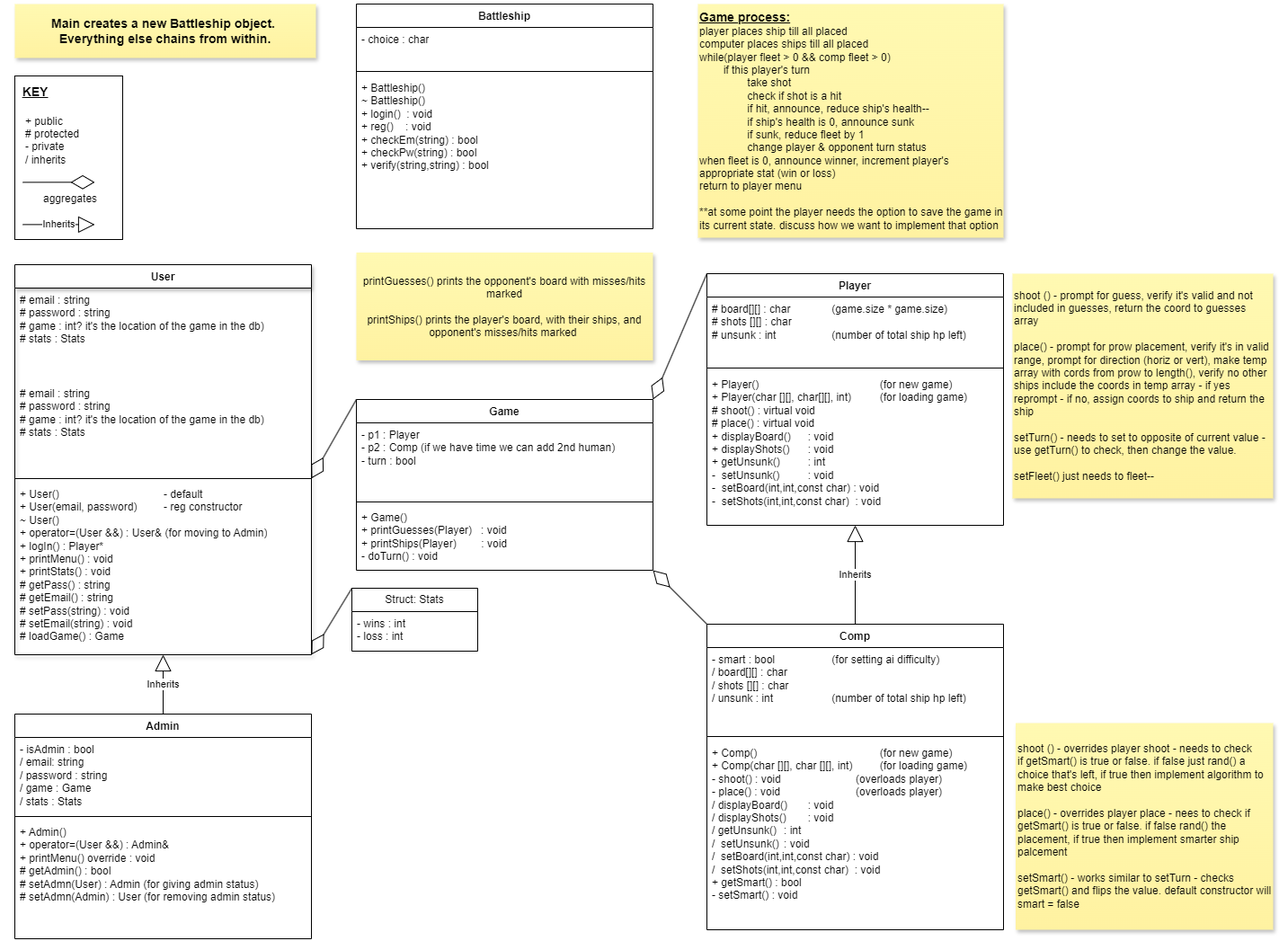
Before: BattleshipClasses.drawio.png, a diagram exported from draw.io (StephaniePeacock/Battleship). Source tidied: cells renumbered, new cells last; positions are measured from the earlier drawing's top-left corner, leaving out a move shared by most shapes.
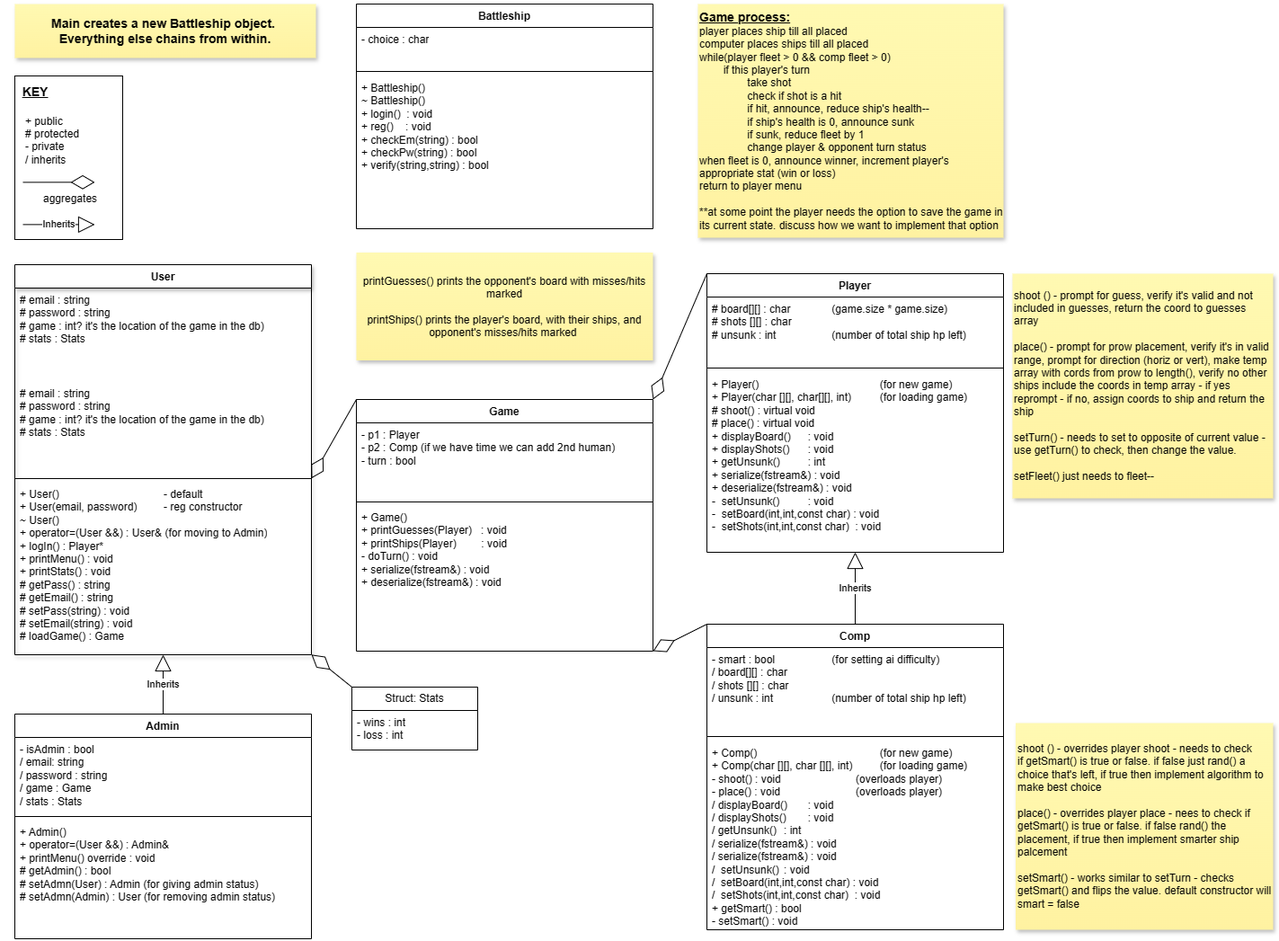
Above is the later version.

Change to the diagram source:
```diff
@@ -18,7 +18,7 @@
       <mxGeometry y="242" width="330" height="192" as="geometry" />
     </mxCell>
     <mxCell id="7" value="Player" style="swimlane;fontStyle=1;align=center;verticalAlign=top;horizontal=1;startSize=26;whiteSpace=wrap;html=1;" parent="1" vertex="1">
-      <mxGeometry x="770" y="300" width="330" height="280" as="geometry" />
+      <mxGeometry x="770" y="300" width="330" height="310" as="geometry" />
     </mxCell>
     <mxCell id="8" value="# board[][] : char&amp;nbsp; &amp;nbsp;&lt;span style=&quot;white-space: pre;&quot;&gt;&#9;&lt;/span&gt;&lt;span style=&quot;white-space: pre;&quot;&gt;&#9;&lt;/span&gt;(game.size * game.size)&lt;div&gt;# shots [][] : char&lt;/div&gt;&lt;div&gt;# unsunk : int&amp;nbsp; &lt;span style=&quot;white-space: pre;&quot;&gt;&#9;&lt;/span&gt;&lt;span style=&quot;white-space: pre;&quot;&gt;&#9;&lt;span style=&quot;white-space: pre;&quot;&gt;&#9;&lt;/span&gt;&lt;/span&gt;(number of total ship hp left)&lt;/div&gt;" style="text;strokeColor=none;fillColor=none;align=left;verticalAlign=top;spacingLeft=4;spacingRight=4;overflow=hidden;whiteSpace=wrap;html=1;" parent="7" vertex="1">
       <mxGeometry y="26" width="330" height="74" as="geometry" />
@@ -26,8 +26,8 @@
     <mxCell id="9" style="line;strokeWidth=1;fillColor=none;align=left;verticalAlign=middle;spacingTop=-1;spacingLeft=3;spacingRight=3;labelPosition=right;strokeColor=inherit;" parent="7" vertex="1">
       <mxGeometry y="100" width="330" height="10" as="geometry" />
     </mxCell>
-    <mxCell id="10" value="+ Player() &lt;span style=&quot;white-space: pre;&quot;&gt;&#9;&lt;/span&gt;&lt;span style=&quot;white-space: pre;&quot;&gt;&#9;&lt;/span&gt;&lt;span style=&quot;white-space: pre;&quot;&gt;&#9;&lt;/span&gt;&lt;span style=&quot;white-space: pre;&quot;&gt;&#9;&lt;/span&gt;&lt;span style=&quot;white-space: pre;&quot;&gt;&#9;&lt;/span&gt;(for new game)&lt;div&gt;+ Player(char [][], char[][], int) &lt;span style=&quot;white-space: pre;&quot;&gt;&#9;&lt;/span&gt;(for loading game)&lt;/div&gt;&lt;div&gt;# shoot() : virtual void&lt;span style=&quot;white-space: pre;&quot;&gt;&#9;&lt;/span&gt;&lt;span style=&quot;white-space: pre;&quot;&gt;&#9;&lt;/span&gt;&lt;span style=&quot;white-space: pre;&quot;&gt;&#9;&lt;/span&gt;&lt;span style=&quot;white-space: pre;&quot;&gt;&#9;&lt;/span&gt;&lt;/div&gt;&lt;div&gt;# place() : virtual void&lt;/div&gt;&lt;div&gt;+ displayBoard() &lt;span style=&quot;white-space: pre;&quot;&gt;&#9;&lt;/span&gt;: void&lt;/div&gt;&lt;div&gt;+ displayShots() &lt;span style=&quot;white-space: pre;&quot;&gt;&#9;&lt;/span&gt;: void&lt;/div&gt;&lt;div&gt;+ getUnsunk() &lt;span style=&quot;white-space: pre;&quot;&gt;&#9;&lt;/span&gt;: int&lt;/div&gt;&lt;div&gt;-&amp;nbsp; setUnsunk() &lt;span style=&quot;white-space: pre;&quot;&gt;&#9;&lt;/span&gt;: void&lt;/div&gt;&lt;div&gt;&lt;div&gt;-&amp;nbsp; setBoard(int,int,const char) : void&lt;/div&gt;&lt;div&gt;-&amp;nbsp; setShots(int,int,const char)&amp;nbsp; : void&lt;/div&gt;&lt;/div&gt;" style="text;strokeColor=none;fillColor=none;align=left;verticalAlign=top;spacingLeft=4;spacingRight=4;overflow=hidden;points=[[0,0.5],[1,0.5]];portConstraint=eastwest;whiteSpace=wrap;html=1;" parent="7" vertex="1">
-      <mxGeometry y="110" width="330" height="170" as="geometry" />
+    <mxCell id="10" value="+ Player() &lt;span style=&quot;white-space: pre;&quot;&gt;&#9;&lt;/span&gt;&lt;span style=&quot;white-space: pre;&quot;&gt;&#9;&lt;/span&gt;&lt;span style=&quot;white-space: pre;&quot;&gt;&#9;&lt;/span&gt;&lt;span style=&quot;white-space: pre;&quot;&gt;&#9;&lt;/span&gt;&lt;span style=&quot;white-space: pre;&quot;&gt;&#9;&lt;/span&gt;(for new game)&lt;div&gt;+ Player(char [][], char[][], int) &lt;span style=&quot;white-space: pre;&quot;&gt;&#9;&lt;/span&gt;(for loading game)&lt;/div&gt;&lt;div&gt;# shoot() : virtual void&lt;span style=&quot;white-space: pre;&quot;&gt;&#9;&lt;/span&gt;&lt;span style=&quot;white-space: pre;&quot;&gt;&#9;&lt;/span&gt;&lt;span style=&quot;white-space: pre;&quot;&gt;&#9;&lt;/span&gt;&lt;span style=&quot;white-space: pre;&quot;&gt;&#9;&lt;/span&gt;&lt;/div&gt;&lt;div&gt;# place() : virtual void&lt;/div&gt;&lt;div&gt;+ displayBoard() &lt;span style=&quot;white-space: pre;&quot;&gt;&#9;&lt;/span&gt;: void&lt;/div&gt;&lt;div&gt;+ displayShots() &lt;span style=&quot;white-space: pre;&quot;&gt;&#9;&lt;/span&gt;: void&lt;/div&gt;&lt;div&gt;+ getUnsunk() &lt;span style=&quot;white-space: pre;&quot;&gt;&#9;&lt;/span&gt;: int&lt;/div&gt;&lt;div&gt;+ serialize(fstream&amp;amp;) : void&lt;/div&gt;&lt;div&gt;+ deserialize(fstream&amp;amp;) : void&lt;/div&gt;&lt;div&gt;-&amp;nbsp; setUnsunk() &lt;span style=&quot;white-space: pre;&quot;&gt;&#9;&lt;/span&gt;: void&lt;/div&gt;&lt;div&gt;&lt;div&gt;-&amp;nbsp; setBoard(int,int,const char) : void&lt;/div&gt;&lt;div&gt;-&amp;nbsp; setShots(int,int,const char)&amp;nbsp; : void&lt;/div&gt;&lt;/div&gt;&lt;div&gt;&lt;br&gt;&lt;/div&gt;" style="text;strokeColor=none;fillColor=none;align=left;verticalAlign=top;spacingLeft=4;spacingRight=4;overflow=hidden;points=[[0,0.5],[1,0.5]];portConstraint=eastwest;whiteSpace=wrap;html=1;" parent="7" vertex="1">
+      <mxGeometry y="110" width="330" height="200" as="geometry" />
     </mxCell>
     <mxCell id="11" value="Admin" style="swimlane;fontStyle=1;align=center;verticalAlign=top;horizontal=1;startSize=26;whiteSpace=wrap;html=1;" parent="1" vertex="1">
       <mxGeometry y="790" width="330" height="250" as="geometry" />
@@ -42,7 +42,7 @@
       <mxGeometry y="118" width="330" height="132" as="geometry" />
     </mxCell>
     <mxCell id="15" value="Game" style="swimlane;fontStyle=1;align=center;verticalAlign=top;horizontal=1;startSize=26;whiteSpace=wrap;html=1;" parent="1" vertex="1">
-      <mxGeometry x="380" y="440" width="330" height="190" as="geometry" />
+      <mxGeometry x="380" y="440" width="330" height="280" as="geometry" />
     </mxCell>
     <mxCell id="16" value="&lt;span style=&quot;background-color: initial;&quot;&gt;- p1 : Player&lt;/span&gt;&lt;div&gt;&lt;span style=&quot;background-color: initial;&quot;&gt;- p2 : Comp (if we have time we can add 2nd human)&lt;/span&gt;&lt;/div&gt;&lt;div&gt;- turn : bool&lt;/div&gt;" style="text;strokeColor=none;fillColor=none;align=left;verticalAlign=top;spacingLeft=4;spacingRight=4;overflow=hidden;whiteSpace=wrap;html=1;" parent="15" vertex="1">
       <mxGeometry y="26" width="330" height="84" as="geometry" />
@@ -50,8 +50,8 @@
     <mxCell id="17" style="line;strokeWidth=1;fillColor=none;align=left;verticalAlign=middle;spacingTop=-1;spacingLeft=3;spacingRight=3;labelPosition=right;strokeColor=inherit;" parent="15" vertex="1">
       <mxGeometry y="110" width="330" height="8" as="geometry" />
     </mxCell>
-    <mxCell id="18" value="+ Game()&lt;br&gt;+ printGuesses(Player)&amp;nbsp; &amp;nbsp;: void&lt;div&gt;+ printShips(Player)&lt;span style=&quot;white-space: pre;&quot;&gt;&#9;&lt;/span&gt;: void&lt;/div&gt;&lt;div&gt;- doTurn() : void&lt;/div&gt;" style="text;strokeColor=none;fillColor=none;align=left;verticalAlign=top;spacingLeft=4;spacingRight=4;overflow=hidden;points=[[0,0.5],[1,0.5]];portConstraint=eastwest;whiteSpace=wrap;html=1;" parent="15" vertex="1">
-      <mxGeometry y="118" width="330" height="72" as="geometry" />
+    <mxCell id="18" value="+ Game()&lt;br&gt;+ printGuesses(Player)&amp;nbsp; &amp;nbsp;: void&lt;div&gt;+ printShips(Player)&lt;span style=&quot;white-space: pre;&quot;&gt;&#9;&lt;/span&gt;: void&lt;/div&gt;&lt;div&gt;- doTurn() : void&lt;/div&gt;&lt;div&gt;+ serialize(fstream&amp;amp;) : void&lt;/div&gt;&lt;div&gt;+ deserialize(fstream&amp;amp;) : void&lt;/div&gt;" style="text;strokeColor=none;fillColor=none;align=left;verticalAlign=top;spacingLeft=4;spacingRight=4;overflow=hidden;points=[[0,0.5],[1,0.5]];portConstraint=eastwest;whiteSpace=wrap;html=1;" parent="15" vertex="1">
+      <mxGeometry y="118" width="330" height="162" as="geometry" />
     </mxCell>
     <mxCell id="19" value="shoot () - prompt for guess, verify it's valid and not included in guesses, return the coord to guesses array&lt;div&gt;&lt;br&gt;&lt;/div&gt;&lt;div&gt;place() - prompt for prow placement, verify it's in valid range, prompt for direction (horiz or vert), make temp array with cords from prow to length(), verify no other ships include the coords in temp array - if yes reprompt - if no, assign coords to ship and return the ship&lt;/div&gt;&lt;div&gt;&lt;br&gt;&lt;/div&gt;&lt;div&gt;setTurn() - needs to set to opposite of current value - use getTurn() to check, then change the value.&lt;/div&gt;&lt;div&gt;&lt;br&gt;&lt;/div&gt;&lt;div&gt;setFleet() just needs to fleet--&amp;nbsp;&lt;/div&gt;" style="shape=note;whiteSpace=wrap;html=1;backgroundOutline=1;fontColor=#000000;darkOpacity=0.05;fillColor=#FFF9B2;strokeColor=none;fillStyle=solid;direction=west;gradientDirection=north;gradientColor=#FFF2A1;shadow=1;size=0;align=left;" parent="1" vertex="1">
       <mxGeometry x="1110" y="300" width="290" height="250" as="geometry" />
@@ -71,7 +71,7 @@
     <mxCell id="24" style="line;strokeWidth=1;fillColor=none;align=left;verticalAlign=middle;spacingTop=-1;spacingLeft=3;spacingRight=3;labelPosition=right;strokeColor=inherit;" parent="22" vertex="1">
       <mxGeometry y="120" width="330" height="10" as="geometry" />
     </mxCell>
-    <mxCell id="25" value="+ Comp() &lt;span style=&quot;white-space: pre;&quot;&gt;&#9;&lt;/span&gt;&lt;span style=&quot;white-space: pre;&quot;&gt;&#9;&lt;/span&gt;&lt;span style=&quot;white-space: pre;&quot;&gt;&#9;&lt;/span&gt;&lt;span style=&quot;white-space: pre;&quot;&gt;&#9;&lt;/span&gt;&lt;span style=&quot;white-space: pre;&quot;&gt;&#9;&lt;/span&gt;(for new game)&lt;div&gt;+ Comp(char [][], char [][], int) &lt;span style=&quot;white-space: pre;&quot;&gt;&#9;&lt;/span&gt;(for loading game)&lt;/div&gt;&lt;div&gt;&lt;div&gt;- shoot() : void&lt;span style=&quot;white-space: pre;&quot;&gt;&#9;&lt;/span&gt;&lt;span style=&quot;white-space: pre;&quot;&gt;&#9;&lt;span style=&quot;white-space: pre;&quot;&gt;&#9;&lt;/span&gt;&lt;span style=&quot;white-space: pre;&quot;&gt;&#9;&lt;/span&gt;&lt;/span&gt;(overloads player)&lt;span style=&quot;white-space: pre;&quot;&gt;&#9;&lt;/span&gt;&lt;span style=&quot;white-space: pre;&quot;&gt;&#9;&lt;/span&gt;&lt;/div&gt;&lt;div&gt;- place() : void&lt;span style=&quot;white-space: pre;&quot;&gt;&#9;&lt;/span&gt;&lt;span style=&quot;white-space: pre;&quot;&gt;&#9;&lt;/span&gt;&lt;span style=&quot;white-space: pre;&quot;&gt;&#9;&lt;/span&gt;&lt;span style=&quot;white-space: pre;&quot;&gt;&#9;&lt;/span&gt;&lt;span style=&quot;background-color: initial;&quot;&gt;(overloads player)&lt;/span&gt;&lt;/div&gt;&lt;div&gt;/ displayBoard()&amp;nbsp;&lt;span style=&quot;white-space: pre;&quot;&gt;&#9;&lt;/span&gt;: void&lt;/div&gt;&lt;div&gt;/ displayShots()&amp;nbsp;&lt;span style=&quot;white-space: pre;&quot;&gt;&#9;&lt;/span&gt;: void&lt;/div&gt;&lt;div&gt;/ getUnsunk()&amp;nbsp;&lt;span style=&quot;white-space: pre;&quot;&gt;&#9;&lt;/span&gt;: int&lt;/div&gt;&lt;div&gt;/&amp;nbsp; setUnsunk()&amp;nbsp;&lt;span style=&quot;white-space: pre;&quot;&gt;&#9;&lt;/span&gt;: void&lt;/div&gt;&lt;div&gt;&lt;div&gt;/&amp;nbsp; setBoard(int,int,const char) : void&lt;/div&gt;&lt;div&gt;/&amp;nbsp; setShots(int,int,const char)&amp;nbsp; : void&lt;/div&gt;&lt;/div&gt;&lt;/div&gt;&lt;div&gt;+ getSmart() : bool&lt;/div&gt;&lt;div&gt;- setSmart() : void&lt;span style=&quot;white-space: pre;&quot;&gt;&#9;&lt;/span&gt;&lt;/div&gt;" style="text;strokeColor=none;fillColor=none;align=left;verticalAlign=top;spacingLeft=4;spacingRight=4;overflow=hidden;whiteSpace=wrap;html=1;" parent="22" vertex="1">
+    <mxCell id="25" value="+ Comp() &lt;span style=&quot;white-space: pre;&quot;&gt;&#9;&lt;/span&gt;&lt;span style=&quot;white-space: pre;&quot;&gt;&#9;&lt;/span&gt;&lt;span style=&quot;white-space: pre;&quot;&gt;&#9;&lt;/span&gt;&lt;span style=&quot;white-space: pre;&quot;&gt;&#9;&lt;/span&gt;&lt;span style=&quot;white-space: pre;&quot;&gt;&#9;&lt;/span&gt;(for new game)&lt;div&gt;+ Comp(char [][], char [][], int) &lt;span style=&quot;white-space: pre;&quot;&gt;&#9;&lt;/span&gt;(for loading game)&lt;/div&gt;&lt;div&gt;&lt;div&gt;- shoot() : void&lt;span style=&quot;white-space: pre;&quot;&gt;&#9;&lt;/span&gt;&lt;span style=&quot;white-space: pre;&quot;&gt;&#9;&lt;span style=&quot;white-space: pre;&quot;&gt;&#9;&lt;/span&gt;&lt;span style=&quot;white-space: pre;&quot;&gt;&#9;&lt;/span&gt;&lt;/span&gt;(overloads player)&lt;span style=&quot;white-space: pre;&quot;&gt;&#9;&lt;/span&gt;&lt;span style=&quot;white-space: pre;&quot;&gt;&#9;&lt;/span&gt;&lt;/div&gt;&lt;div&gt;- place() : void&lt;span style=&quot;white-space: pre;&quot;&gt;&#9;&lt;/span&gt;&lt;span style=&quot;white-space: pre;&quot;&gt;&#9;&lt;/span&gt;&lt;span style=&quot;white-space: pre;&quot;&gt;&#9;&lt;/span&gt;&lt;span style=&quot;white-space: pre;&quot;&gt;&#9;&lt;/span&gt;&lt;span style=&quot;background-color: initial;&quot;&gt;(overloads player)&lt;/span&gt;&lt;/div&gt;&lt;div&gt;/ displayBoard()&amp;nbsp;&lt;span style=&quot;white-space: pre;&quot;&gt;&#9;&lt;/span&gt;: void&lt;/div&gt;&lt;div&gt;/ displayShots()&amp;nbsp;&lt;span style=&quot;white-space: pre;&quot;&gt;&#9;&lt;/span&gt;: void&lt;/div&gt;&lt;div&gt;/ getUnsunk()&amp;nbsp;&lt;span style=&quot;white-space: pre;&quot;&gt;&#9;&lt;/span&gt;: int&lt;/div&gt;&lt;div&gt;/ serialize(fstream&amp;amp;) : void&lt;/div&gt;&lt;div&gt;/ serialize(fstream&amp;amp;) : void&lt;/div&gt;&lt;div&gt;/&amp;nbsp; setUnsunk()&amp;nbsp;&lt;span style=&quot;white-space: pre;&quot;&gt;&#9;&lt;/span&gt;: void&lt;/div&gt;&lt;div&gt;&lt;div&gt;/&amp;nbsp; setBoard(int,int,const char) : void&lt;/div&gt;&lt;div&gt;/&amp;nbsp; setShots(int,int,const char)&amp;nbsp; : void&lt;/div&gt;&lt;/div&gt;&lt;/div&gt;&lt;div&gt;+ getSmart() : bool&lt;/div&gt;&lt;div&gt;- setSmart() : void&lt;span style=&quot;white-space: pre;&quot;&gt;&#9;&lt;/span&gt;&lt;/div&gt;" style="text;strokeColor=none;fillColor=none;align=left;verticalAlign=top;spacingLeft=4;spacingRight=4;overflow=hidden;whiteSpace=wrap;html=1;" parent="22" vertex="1">
       <mxGeometry y="130" width="330" height="210" as="geometry" />
     </mxCell>
     <mxCell id="26" value="shoot () - overrides player shoot - needs to check&amp;nbsp;&lt;div&gt;if getSmart() is true or false. if false just rand() a choice that's left, if true then implement algorithm to make best choice&lt;div&gt;&lt;br&gt;&lt;/div&gt;&lt;div&gt;place() - overrides player place - nees to check if getSmart() is true or false. if false rand() the placement, if true then implement smarter ship palcement&lt;/div&gt;&lt;div&gt;&lt;br&gt;&lt;/div&gt;&lt;div&gt;setSmart() - works similar to setTurn - checks getSmart() and flips the value. default constructor will smart = false&lt;/div&gt;&lt;/div&gt;" style="shape=note;whiteSpace=wrap;html=1;backgroundOutline=1;fontColor=#000000;darkOpacity=0.05;fillColor=#FFF9B2;strokeColor=none;fillStyle=solid;direction=west;gradientDirection=north;gradientColor=#FFF2A1;shadow=1;size=0;align=left;" parent="1" vertex="1">
@@ -111,7 +111,7 @@
       </mxGeometry>
     </mxCell>
     <mxCell id="36" value="Struct: Stats" style="swimlane;fontStyle=0;horizontal=1;startSize=26;fillColor=none;whiteSpace=wrap;html=1;" parent="1" vertex="1">
-      <mxGeometry x="375" y="650" width="140" height="70" as="geometry" />
+      <mxGeometry x="375" y="760" width="140" height="70" as="geometry" />
     </mxCell>
     <mxCell id="37" value="- wins : int&lt;div&gt;- loss : int&lt;/div&gt;" style="text;strokeColor=none;fillColor=none;align=left;verticalAlign=top;spacingLeft=4;spacingRight=4;overflow=hidden;whiteSpace=wrap;html=1;" parent="36" vertex="1">
       <mxGeometry y="26" width="140" height="44" as="geometry" />
```
